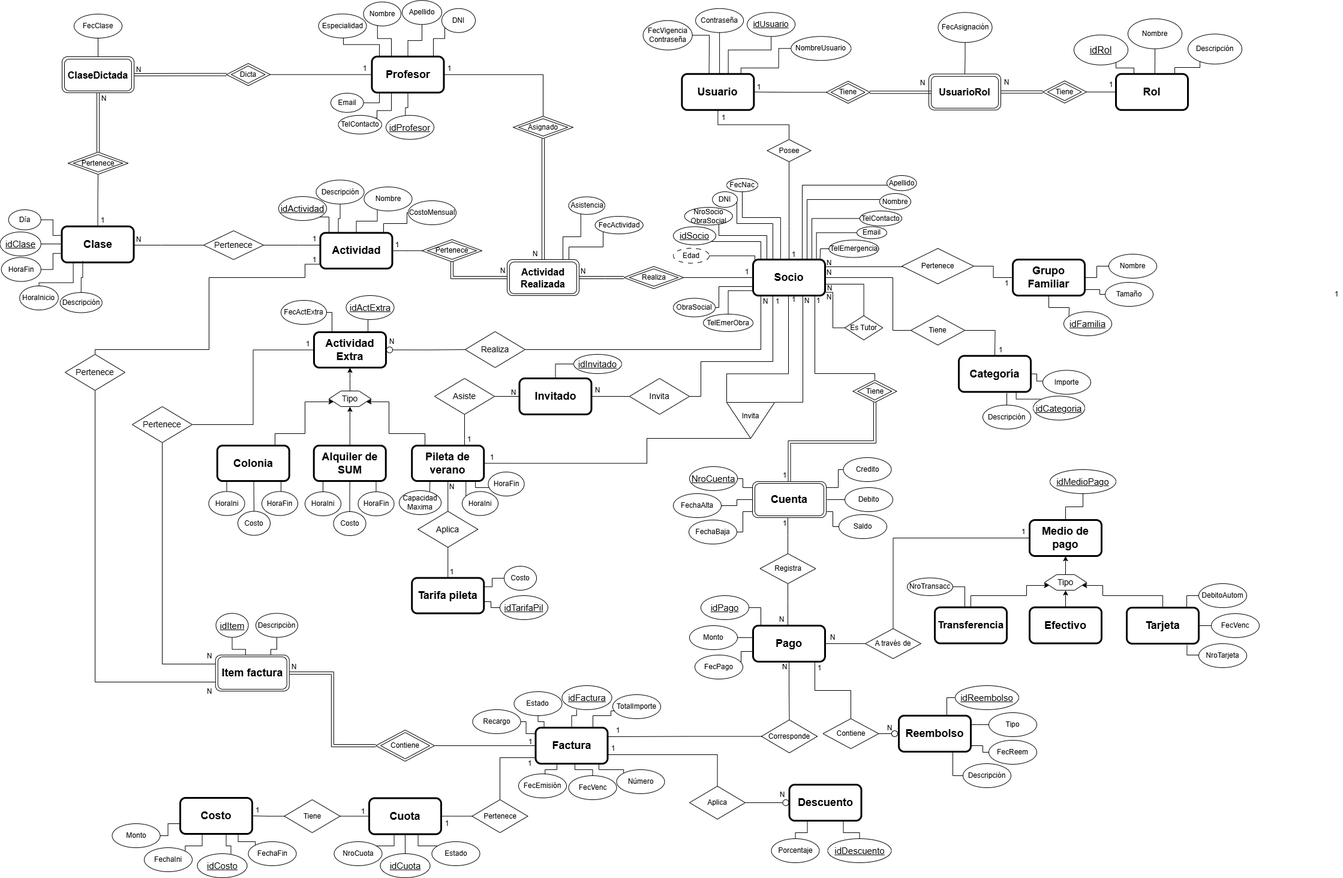
The draw.io diagram DER.png in hernanferreras/Grupo6, before a commit. Source tidied: cells renumbered, new cells last; positions are measured from the earlier drawing's top-left corner, leaving out a move shared by most shapes.
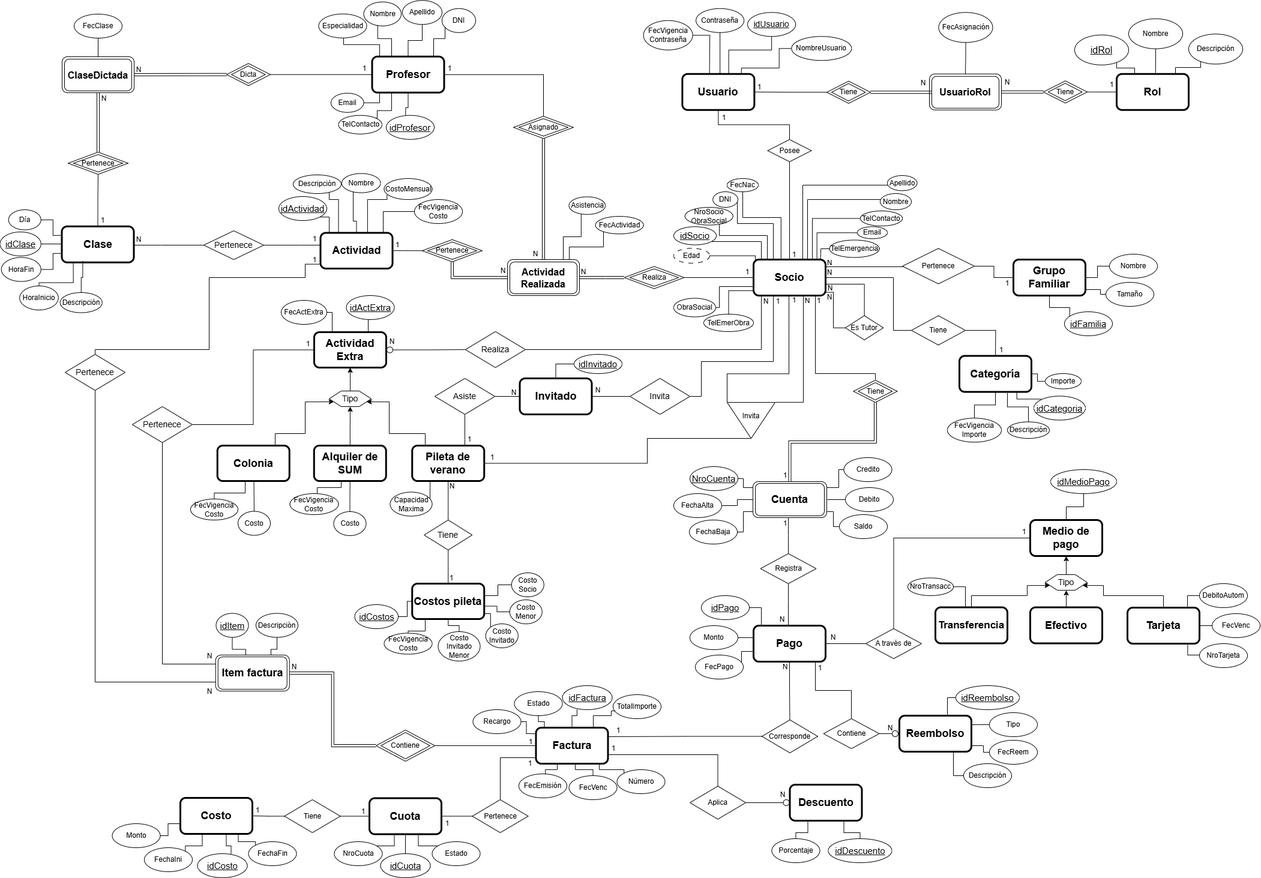
After the change.

Change to the diagram source:
```diff
@@ -98,5 +98,2 @@
     </mxCell>
-    <mxCell id="23" value="1" style="text;html=1;align=center;verticalAlign=middle;whiteSpace=wrap;rounded=0;" parent="1" vertex="1">
-      <mxGeometry x="2218" y="480" width="20" height="20" as="geometry" />
-    </mxCell>
     <mxCell id="24" style="edgeStyle=orthogonalEdgeStyle;rounded=0;jettySize=auto;html=1;entryX=0.5;entryY=0;entryDx=0;entryDy=0;endArrow=none;startFill=0;" parent="1" edge="1" source="25" target="21">
@@ -202,4 +199,5 @@
         <Array as="points">
-          <mxPoint x="593" y="368" />
-          <mxPoint x="629" y="368" />
+          <mxPoint x="594" y="368" />
+          <mxPoint x="588" y="368" />
+          <mxPoint x="588" y="318" />
         </Array>
@@ -215,8 +213,7 @@
     </mxCell>
-    <mxCell id="51" style="edgeStyle=orthogonalEdgeStyle;rounded=0;jettySize=auto;html=1;entryX=0;entryY=0.5;entryDx=0;entryDy=0;endArrow=none;startFill=0;exitX=0.879;exitY=0.006;exitDx=0;exitDy=0;exitPerimeter=0;" parent="1" edge="1" source="55" target="59">
+    <mxCell id="51" style="edgeStyle=orthogonalEdgeStyle;rounded=0;jettySize=auto;html=1;endArrow=none;startFill=0;exitX=0.653;exitY=0.036;exitDx=0;exitDy=0;exitPerimeter=0;entryX=0.06;entryY=0.775;entryDx=0;entryDy=0;entryPerimeter=0;" parent="1" edge="1" source="55" target="59">
       <mxGeometry relative="1" as="geometry">
         <Array as="points">
-          <mxPoint x="639" y="372" />
-          <mxPoint x="678" y="372" />
-          <mxPoint x="678" y="354" />
+          <mxPoint x="612" y="332" />
+          <mxPoint x="644" y="332" />
         </Array>
@@ -246,2 +243,9 @@
     </mxCell>
+    <mxCell id="389" style="edgeStyle=orthogonalEdgeStyle;rounded=0;jettySize=auto;html=1;entryX=0;entryY=0.5;entryDx=0;entryDy=0;endArrow=none;startFill=0;" parent="1" edge="1" source="55" target="395">
+      <mxGeometry relative="1" as="geometry">
+        <Array as="points">
+          <mxPoint x="638" y="352" />
+        </Array>
+      </mxGeometry>
+    </mxCell>
     <mxCell id="55" value="Actividad" style="rounded=1;whiteSpace=wrap;html=1;fontSize=18;strokeWidth=3;fontStyle=1;" parent="1" vertex="1">
@@ -253,12 +257,17 @@
     <mxCell id="57" style="edgeStyle=orthogonalEdgeStyle;rounded=0;jettySize=auto;html=1;entryX=0.25;entryY=0;entryDx=0;entryDy=0;endArrow=none;startFill=0;" parent="1" edge="1" source="58" target="55">
-      <mxGeometry relative="1" as="geometry" />
+      <mxGeometry relative="1" as="geometry">
+        <Array as="points">
+          <mxPoint x="548" y="332" />
+          <mxPoint x="564" y="332" />
+        </Array>
+      </mxGeometry>
     </mxCell>
     <mxCell id="58" value="&lt;font&gt;Descripción&lt;/font&gt;" style="ellipse;whiteSpace=wrap;html=1;fontSize=12;fontStyle=0;" parent="1" vertex="1">
-      <mxGeometry x="526.5" y="299.5" width="80" height="40" as="geometry" />
+      <mxGeometry x="488" y="290.9" width="80" height="31.1" as="geometry" />
     </mxCell>
     <mxCell id="59" value="CostoMensual" style="ellipse;whiteSpace=wrap;html=1;fontSize=12;fontStyle=0;" parent="1" vertex="1">
-      <mxGeometry x="680" y="334" width="80" height="40" as="geometry" />
+      <mxGeometry x="639.5" y="297" width="80" height="35" as="geometry" />
     </mxCell>
     <mxCell id="60" value="Nombre" style="ellipse;whiteSpace=wrap;html=1;fontSize=12;fontStyle=0;" parent="1" vertex="1">
-      <mxGeometry x="606.5" y="311" width="80" height="40" as="geometry" />
+      <mxGeometry x="569" y="288.6" width="64.5" height="32" as="geometry" />
     </mxCell>
@@ -370,2 +379,5 @@
     </mxCell>
+    <mxCell id="390" style="edgeStyle=orthogonalEdgeStyle;rounded=0;jettySize=auto;html=1;entryX=0.5;entryY=0;entryDx=0;entryDy=0;endArrow=none;startFill=0;" parent="1" edge="1" source="83" target="394">
+      <mxGeometry relative="1" as="geometry" />
+    </mxCell>
     <mxCell id="83" value="Categoría" style="rounded=1;whiteSpace=wrap;html=1;fontSize=18;strokeWidth=3;fontStyle=1;" parent="1" vertex="1">
@@ -402,6 +414,6 @@
     <mxCell id="89" value="Importe" style="ellipse;whiteSpace=wrap;html=1;fontSize=12;fontStyle=0;" parent="1" vertex="1">
-      <mxGeometry x="1738" y="616.5" width="80" height="40" as="geometry" />
+      <mxGeometry x="1741" y="622" width="60" height="25.5" as="geometry" />
     </mxCell>
     <mxCell id="90" value="Descripción" style="ellipse;whiteSpace=wrap;html=1;fontSize=12;fontStyle=0;" parent="1" vertex="1">
-      <mxGeometry x="1638" y="674.5" width="80" height="40" as="geometry" />
+      <mxGeometry x="1678" y="702.5" width="70" height="27.5" as="geometry" />
     </mxCell>
@@ -970,10 +982,10 @@
     </mxCell>
-    <mxCell id="219" style="edgeStyle=orthogonalEdgeStyle;rounded=0;jettySize=auto;html=1;entryX=0.5;entryY=0;entryDx=0;entryDy=0;endArrow=none;startFill=0;" parent="1" edge="1" source="220" target="235">
-      <mxGeometry relative="1" as="geometry">
-        <Array as="points">
-          <mxPoint x="468" y="821" />
-          <mxPoint x="466" y="821" />
-        </Array>
-      </mxGeometry>
-    </mxCell>
+    <mxCell id="391" style="edgeStyle=orthogonalEdgeStyle;rounded=0;jettySize=auto;html=1;entryX=0.5;entryY=0;entryDx=0;entryDy=0;endArrow=none;startFill=0;" parent="1" edge="1" source="220" target="396">
+      <mxGeometry relative="1" as="geometry">
+        <Array as="points">
+          <mxPoint x="408" y="821" />
+          <mxPoint x="357" y="821" />
+        </Array>
+      </mxGeometry>
+    </mxCell>
     <mxCell id="220" value="Colonia" style="rounded=1;whiteSpace=wrap;html=1;fontSize=18;strokeWidth=3;fontStyle=1;" parent="1" vertex="1">
@@ -984,2 +996,10 @@
     </mxCell>
+    <mxCell id="392" style="edgeStyle=orthogonalEdgeStyle;rounded=0;jettySize=auto;html=1;entryX=0.5;entryY=0;entryDx=0;entryDy=0;endArrow=none;startFill=0;" parent="1" edge="1" source="222" target="397">
+      <mxGeometry relative="1" as="geometry">
+        <Array as="points">
+          <mxPoint x="568" y="812" />
+          <mxPoint x="528" y="812" />
+        </Array>
+      </mxGeometry>
+    </mxCell>
     <mxCell id="222" value="Alquiler de SUM" style="rounded=1;whiteSpace=wrap;html=1;fontSize=18;strokeWidth=3;fontStyle=1;" parent="1" vertex="1">
@@ -996,5 +1016,2 @@
     </mxCell>
-    <mxCell id="224" style="edgeStyle=orthogonalEdgeStyle;rounded=0;jettySize=auto;html=1;entryX=0.5;entryY=0;entryDx=0;entryDy=0;endArrow=none;startFill=0;" parent="1" edge="1" source="226" target="238">
-      <mxGeometry relative="1" as="geometry" />
-    </mxCell>
     <mxCell id="225" style="edgeStyle=orthogonalEdgeStyle;rounded=0;jettySize=auto;html=1;entryX=0.5;entryY=1;entryDx=0;entryDy=0;endArrow=none;startFill=0;" parent="1" edge="1" source="226" target="256">
@@ -1007,2 +1024,5 @@
     </mxCell>
+    <mxCell id="393" style="edgeStyle=orthogonalEdgeStyle;rounded=0;jettySize=auto;html=1;entryX=0.5;entryY=0;entryDx=0;entryDy=0;endArrow=none;startFill=0;" parent="1" edge="1" source="226" target="398">
+      <mxGeometry relative="1" as="geometry" />
+    </mxCell>
     <mxCell id="226" value="Pileta de verano" style="rounded=1;whiteSpace=wrap;html=1;fontSize=18;strokeWidth=3;fontStyle=1;" parent="1" vertex="1">
@@ -1010,19 +1030,2 @@
     </mxCell>
-    <mxCell id="227" style="edgeStyle=orthogonalEdgeStyle;rounded=0;jettySize=auto;html=1;endArrow=none;startFill=0;exitX=0.5;exitY=0;exitDx=0;exitDy=0;" parent="1" edge="1" source="228">
-      <mxGeometry relative="1" as="geometry">
-        <mxPoint x="538" y="801" as="targetPoint" />
-      </mxGeometry>
-    </mxCell>
-    <mxCell id="228" value="HoraIni" style="ellipse;whiteSpace=wrap;html=1;fontSize=12;fontStyle=0;" parent="1" vertex="1">
-      <mxGeometry x="508" y="819" width="60" height="40" as="geometry" />
-    </mxCell>
-    <mxCell id="229" style="edgeStyle=orthogonalEdgeStyle;rounded=0;orthogonalLoop=1;jettySize=auto;html=1;endArrow=none;startFill=0;" parent="1" edge="1">
-      <mxGeometry relative="1" as="geometry">
-        <mxPoint x="626.5" y="819" as="sourcePoint" />
-        <mxPoint x="626.5" y="802" as="targetPoint" />
-      </mxGeometry>
-    </mxCell>
-    <mxCell id="230" value="HoraFin" style="ellipse;whiteSpace=wrap;html=1;fontSize=12;fontStyle=0;" parent="1" vertex="1">
-      <mxGeometry x="596.5" y="819" width="60" height="40" as="geometry" />
-    </mxCell>
     <mxCell id="231" style="edgeStyle=orthogonalEdgeStyle;rounded=0;jettySize=auto;html=1;entryX=0.5;entryY=1;entryDx=0;entryDy=0;endArrow=none;startFill=0;" parent="1" edge="1" source="232" target="222">
@@ -1033,14 +1036,2 @@
     </mxCell>
-    <mxCell id="233" style="edgeStyle=orthogonalEdgeStyle;rounded=0;orthogonalLoop=1;jettySize=auto;html=1;endArrow=none;startFill=0;" parent="1" edge="1">
-      <mxGeometry relative="1" as="geometry">
-        <mxPoint x="377.5" y="818.5" as="sourcePoint" />
-        <mxPoint x="377.5" y="802" as="targetPoint" />
-      </mxGeometry>
-    </mxCell>
-    <mxCell id="234" value="HoraIni" style="ellipse;whiteSpace=wrap;html=1;fontSize=12;fontStyle=0;" parent="1" vertex="1">
-      <mxGeometry x="347.5" y="818.5" width="60" height="40" as="geometry" />
-    </mxCell>
-    <mxCell id="235" value="HoraFin" style="ellipse;whiteSpace=wrap;html=1;fontSize=12;fontStyle=0;" parent="1" vertex="1">
-      <mxGeometry x="436" y="818.5" width="60" height="40" as="geometry" />
-    </mxCell>
     <mxCell id="236" style="edgeStyle=orthogonalEdgeStyle;rounded=0;jettySize=auto;html=1;entryX=0.5;entryY=1;entryDx=0;entryDy=0;endArrow=none;startFill=0;" parent="1" edge="1" source="237">
@@ -1053,11 +1044,2 @@
     </mxCell>
-    <mxCell id="238" value="&lt;font style=&quot;font-size: 14px;&quot;&gt;Aplica&lt;/font&gt;" style="rhombus;whiteSpace=wrap;html=1;" parent="1" vertex="1">
-      <mxGeometry x="696.2" y="851.5" width="100" height="60" as="geometry" />
-    </mxCell>
-    <mxCell id="239" style="edgeStyle=orthogonalEdgeStyle;rounded=0;jettySize=auto;html=1;endArrow=none;startFill=0;" parent="1" edge="1" source="240" target="238">
-      <mxGeometry relative="1" as="geometry" />
-    </mxCell>
-    <mxCell id="240" value="Tarifa pileta" style="rounded=1;whiteSpace=wrap;html=1;fontSize=18;strokeWidth=3;fontStyle=1;" parent="1" vertex="1">
-      <mxGeometry x="686.2" y="962.5" width="120" height="59" as="geometry" />
-    </mxCell>
     <mxCell id="241" value="N" style="text;html=1;align=center;verticalAlign=middle;whiteSpace=wrap;rounded=0;" parent="1" vertex="1">
@@ -1065,26 +1047,2 @@
     </mxCell>
-    <mxCell id="242" value="N" style="text;html=1;align=center;verticalAlign=middle;whiteSpace=wrap;rounded=0;" parent="1" vertex="1">
-      <mxGeometry x="743" y="801" width="20" height="20" as="geometry" />
-    </mxCell>
-    <mxCell id="243" value="1" style="text;html=1;align=center;verticalAlign=middle;whiteSpace=wrap;rounded=0;" parent="1" vertex="1">
-      <mxGeometry x="743" y="942.5" width="20" height="20" as="geometry" />
-    </mxCell>
-    <mxCell id="244" style="edgeStyle=orthogonalEdgeStyle;rounded=0;jettySize=auto;html=1;entryX=1;entryY=0.25;entryDx=0;entryDy=0;endArrow=none;startFill=0;" parent="1" edge="1" source="245" target="240">
-      <mxGeometry relative="1" as="geometry" />
-    </mxCell>
-    <mxCell id="245" value="Costo" style="ellipse;whiteSpace=wrap;html=1;fontSize=12;fontStyle=0;" parent="1" vertex="1">
-      <mxGeometry x="840" y="943" width="54" height="40" as="geometry" />
-    </mxCell>
-    <mxCell id="246" style="edgeStyle=orthogonalEdgeStyle;rounded=0;jettySize=auto;html=1;entryX=1;entryY=0.75;entryDx=0;entryDy=0;endArrow=none;startFill=0;" parent="1" edge="1" source="247" target="240">
-      <mxGeometry relative="1" as="geometry">
-        <Array as="points">
-          <mxPoint x="818" y="1012" />
-          <mxPoint x="818" y="1002" />
-          <mxPoint x="806" y="1002" />
-        </Array>
-      </mxGeometry>
-    </mxCell>
-    <mxCell id="247" value="&lt;span style=&quot;font-size: 15px;&quot;&gt;idTarifaPil&lt;/span&gt;" style="ellipse;whiteSpace=wrap;html=1;fontSize=12;fontStyle=4;" parent="1" vertex="1">
-      <mxGeometry x="833" y="992" width="80" height="40" as="geometry" />
-    </mxCell>
     <mxCell id="248" style="edgeStyle=orthogonalEdgeStyle;rounded=0;jettySize=auto;html=1;entryX=1;entryY=0.5;entryDx=0;entryDy=0;endArrow=none;startFill=0;" parent="1" edge="1" source="250" target="256">
@@ -1287,25 +1245,4 @@
     <mxCell id="303" value="Capacidad&lt;div&gt;Maxima&lt;/div&gt;" style="ellipse;whiteSpace=wrap;html=1;fontSize=12;fontStyle=0;" parent="1" vertex="1">
-      <mxGeometry x="665" y="817" width="70" height="40" as="geometry" />
+      <mxGeometry x="649.5" y="819.5" width="70" height="40" as="geometry" />
     </mxCell>
-    <mxCell id="304" value="HoraFin" style="ellipse;whiteSpace=wrap;html=1;fontSize=12;fontStyle=0;" parent="1" vertex="1">
-      <mxGeometry x="813.5" y="786" width="60" height="40" as="geometry" />
-    </mxCell>
-    <mxCell id="305" style="edgeStyle=orthogonalEdgeStyle;rounded=0;jettySize=auto;html=1;entryX=0.75;entryY=1;entryDx=0;entryDy=0;endArrow=none;startFill=0;" parent="1" edge="1" source="306" target="226">
-      <mxGeometry relative="1" as="geometry">
-        <Array as="points">
-          <mxPoint x="776" y="822" />
-          <mxPoint x="776" y="822" />
-        </Array>
-      </mxGeometry>
-    </mxCell>
-    <mxCell id="306" value="HoraIni" style="ellipse;whiteSpace=wrap;html=1;fontSize=12;fontStyle=0;" parent="1" vertex="1">
-      <mxGeometry x="770" y="818.5" width="60" height="40" as="geometry" />
-    </mxCell>
-    <mxCell id="307" style="edgeStyle=orthogonalEdgeStyle;rounded=0;jettySize=auto;html=1;entryX=0.883;entryY=1.015;entryDx=0;entryDy=0;entryPerimeter=0;endArrow=none;startFill=0;" parent="1" edge="1" source="304" target="226">
-      <mxGeometry relative="1" as="geometry">
-        <Array as="points">
-          <mxPoint x="792" y="812" />
-        </Array>
-      </mxGeometry>
-    </mxCell>
     <mxCell id="308" value="1" style="text;html=1;align=center;verticalAlign=middle;whiteSpace=wrap;rounded=0;" parent="1" vertex="1">
@@ -1666,2 +1603,89 @@
     </mxCell>
+    <mxCell id="394" value="FecVigencia&lt;div&gt;Importe&lt;/div&gt;" style="ellipse;whiteSpace=wrap;html=1;fontSize=12;fontStyle=0;" parent="1" vertex="1">
+      <mxGeometry x="1578" y="696.2" width="90" height="40" as="geometry" />
+    </mxCell>
+    <mxCell id="395" value="FecVigencia&lt;div&gt;Costo&lt;/div&gt;" style="ellipse;whiteSpace=wrap;html=1;fontSize=12;fontStyle=0;" parent="1" vertex="1">
+      <mxGeometry x="690" y="332" width="80" height="40" as="geometry" />
+    </mxCell>
+    <mxCell id="396" value="FecVigencia&lt;div&gt;Costo&lt;/div&gt;" style="ellipse;whiteSpace=wrap;html=1;fontSize=12;fontStyle=0;" parent="1" vertex="1">
+      <mxGeometry x="317" y="831" width="79" height="35" as="geometry" />
+    </mxCell>
+    <mxCell id="397" value="FecVigencia&lt;div&gt;Costo&lt;/div&gt;" style="ellipse;whiteSpace=wrap;html=1;fontSize=12;fontStyle=0;" parent="1" vertex="1">
+      <mxGeometry x="482.5" y="822" width="81" height="35" as="geometry" />
+    </mxCell>
+    <mxCell id="398" value="&lt;font style=&quot;font-size: 14px;&quot;&gt;Tiene&lt;/font&gt;" style="rhombus;whiteSpace=wrap;html=1;" parent="1" vertex="1">
+      <mxGeometry x="706.2" y="866" width="80" height="50" as="geometry" />
+    </mxCell>
+    <mxCell id="399" style="edgeStyle=orthogonalEdgeStyle;rounded=0;jettySize=auto;html=1;entryX=0.5;entryY=1;entryDx=0;entryDy=0;endArrow=none;startFill=0;" parent="1" edge="1" source="406" target="398">
+      <mxGeometry relative="1" as="geometry" />
+    </mxCell>
+    <mxCell id="400" style="edgeStyle=orthogonalEdgeStyle;rounded=0;jettySize=auto;html=1;entryX=0;entryY=0.5;entryDx=0;entryDy=0;endArrow=none;startFill=0;" parent="1" edge="1" source="406" target="407">
+      <mxGeometry relative="1" as="geometry">
+        <Array as="points">
+          <mxPoint x="829" y="992" />
+          <mxPoint x="829" y="974" />
+        </Array>
+      </mxGeometry>
+    </mxCell>
+    <mxCell id="401" style="edgeStyle=orthogonalEdgeStyle;rounded=0;jettySize=auto;html=1;entryX=0;entryY=0.5;entryDx=0;entryDy=0;exitX=0.985;exitY=0.635;exitDx=0;exitDy=0;exitPerimeter=0;endArrow=none;startFill=0;" parent="1" edge="1" source="406" target="408">
+      <mxGeometry relative="1" as="geometry" />
+    </mxCell>
+    <mxCell id="402" style="edgeStyle=orthogonalEdgeStyle;rounded=0;jettySize=auto;html=1;entryX=0;entryY=0;entryDx=0;entryDy=0;endArrow=none;startFill=0;" parent="1" edge="1" source="406" target="409">
+      <mxGeometry relative="1" as="geometry">
+        <Array as="points">
+          <mxPoint x="817" y="1022" />
+        </Array>
+      </mxGeometry>
+    </mxCell>
+    <mxCell id="403" style="edgeStyle=orthogonalEdgeStyle;rounded=0;jettySize=auto;html=1;entryX=0.5;entryY=0;entryDx=0;entryDy=0;endArrow=none;startFill=0;" parent="1" edge="1" source="406" target="410">
+      <mxGeometry relative="1" as="geometry">
+        <Array as="points">
+          <mxPoint x="746" y="1042" />
+          <mxPoint x="765" y="1042" />
+        </Array>
+      </mxGeometry>
+    </mxCell>
+    <mxCell id="404" style="edgeStyle=orthogonalEdgeStyle;rounded=0;jettySize=auto;html=1;entryX=0.5;entryY=0;entryDx=0;entryDy=0;endArrow=none;startFill=0;" parent="1" edge="1" source="406" target="411">
+      <mxGeometry relative="1" as="geometry">
+        <Array as="points">
+          <mxPoint x="708" y="1051" />
+          <mxPoint x="679" y="1051" />
+        </Array>
+      </mxGeometry>
+    </mxCell>
+    <mxCell id="405" style="edgeStyle=orthogonalEdgeStyle;rounded=0;jettySize=auto;html=1;entryX=1;entryY=0.5;entryDx=0;entryDy=0;endArrow=none;startFill=0;" parent="1" edge="1" source="406" target="413">
+      <mxGeometry relative="1" as="geometry">
+        <Array as="points">
+          <mxPoint x="678" y="1002" />
+          <mxPoint x="678" y="1027" />
+        </Array>
+      </mxGeometry>
+    </mxCell>
+    <mxCell id="406" value="Costos pileta" style="rounded=1;whiteSpace=wrap;html=1;fontSize=18;strokeWidth=3;fontStyle=1;" parent="1" vertex="1">
+      <mxGeometry x="686.2" y="972" width="120" height="59" as="geometry" />
+    </mxCell>
+    <mxCell id="407" value="Costo Socio" style="ellipse;whiteSpace=wrap;html=1;fontSize=12;fontStyle=0;" parent="1" vertex="1">
+      <mxGeometry x="851.8" y="954" width="54" height="40" as="geometry" />
+    </mxCell>
+    <mxCell id="408" value="Costo Menor" style="ellipse;whiteSpace=wrap;html=1;fontSize=12;fontStyle=0;" parent="1" vertex="1">
+      <mxGeometry x="848.8" y="999" width="54" height="40" as="geometry" />
+    </mxCell>
+    <mxCell id="409" value="Costo Invitado" style="ellipse;whiteSpace=wrap;html=1;fontSize=12;fontStyle=0;" parent="1" vertex="1">
+      <mxGeometry x="808.8" y="1039" width="54" height="40" as="geometry" />
+    </mxCell>
+    <mxCell id="410" value="Costo Invitado&lt;div&gt;Menor&lt;/div&gt;" style="ellipse;whiteSpace=wrap;html=1;fontSize=12;fontStyle=0;" parent="1" vertex="1">
+      <mxGeometry x="729.5" y="1052" width="70" height="49" as="geometry" />
+    </mxCell>
+    <mxCell id="411" value="FecVigencia&lt;div&gt;Costo&lt;/div&gt;" style="ellipse;whiteSpace=wrap;html=1;fontSize=12;fontStyle=0;" parent="1" vertex="1">
+      <mxGeometry x="639.5" y="1054.5" width="80" height="35" as="geometry" />
+    </mxCell>
+    <mxCell id="242" value="N" style="text;html=1;align=center;verticalAlign=middle;whiteSpace=wrap;rounded=0;" parent="1" vertex="1">
+      <mxGeometry x="743" y="801" width="20" height="17" as="geometry" />
+    </mxCell>
+    <mxCell id="412" value="1" style="text;html=1;align=center;verticalAlign=middle;whiteSpace=wrap;rounded=0;" parent="1" vertex="1">
+      <mxGeometry x="742" y="955" width="20" height="17" as="geometry" />
+    </mxCell>
+    <mxCell id="413" value="&lt;u&gt;&lt;font style=&quot;font-size: 15px;&quot;&gt;idCostos&lt;/font&gt;&lt;/u&gt;" style="ellipse;whiteSpace=wrap;html=1;fontSize=12;fontStyle=0;" parent="1" vertex="1">
+      <mxGeometry x="590.5" y="1007" width="72.5" height="40" as="geometry" />
+    </mxCell>
   </root>
```
